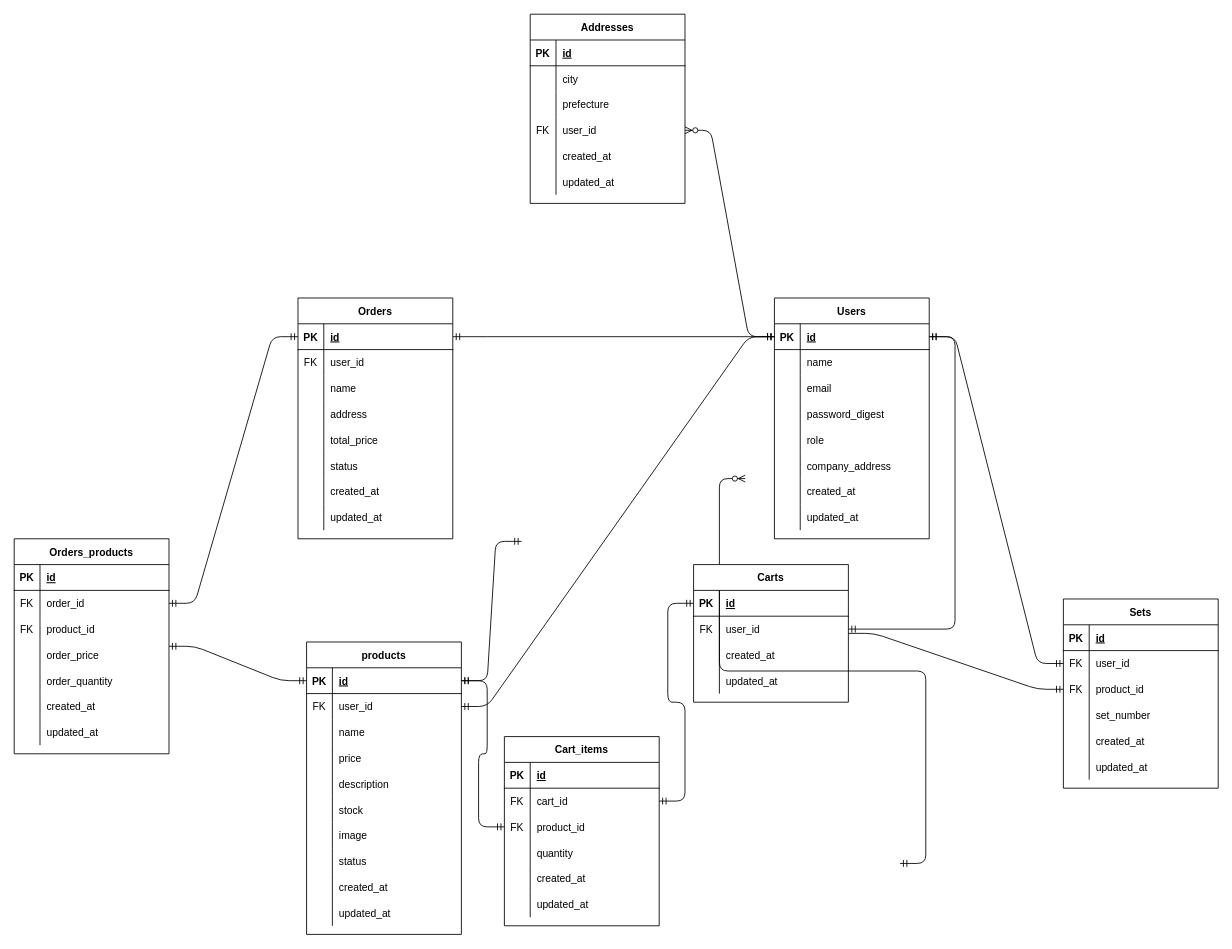
The draw.io diagram ER3.drawio in ushimedia/catalog_task_3, before the edit. Source tidied: cells renumbered, new cells numbered last; positions are measured from the earlier drawing's top-left corner, leaving out a move shared by most shapes. Both pictures are drawn from the tidied source at 86%, with x=0, y=0 at pixel (14, 14).
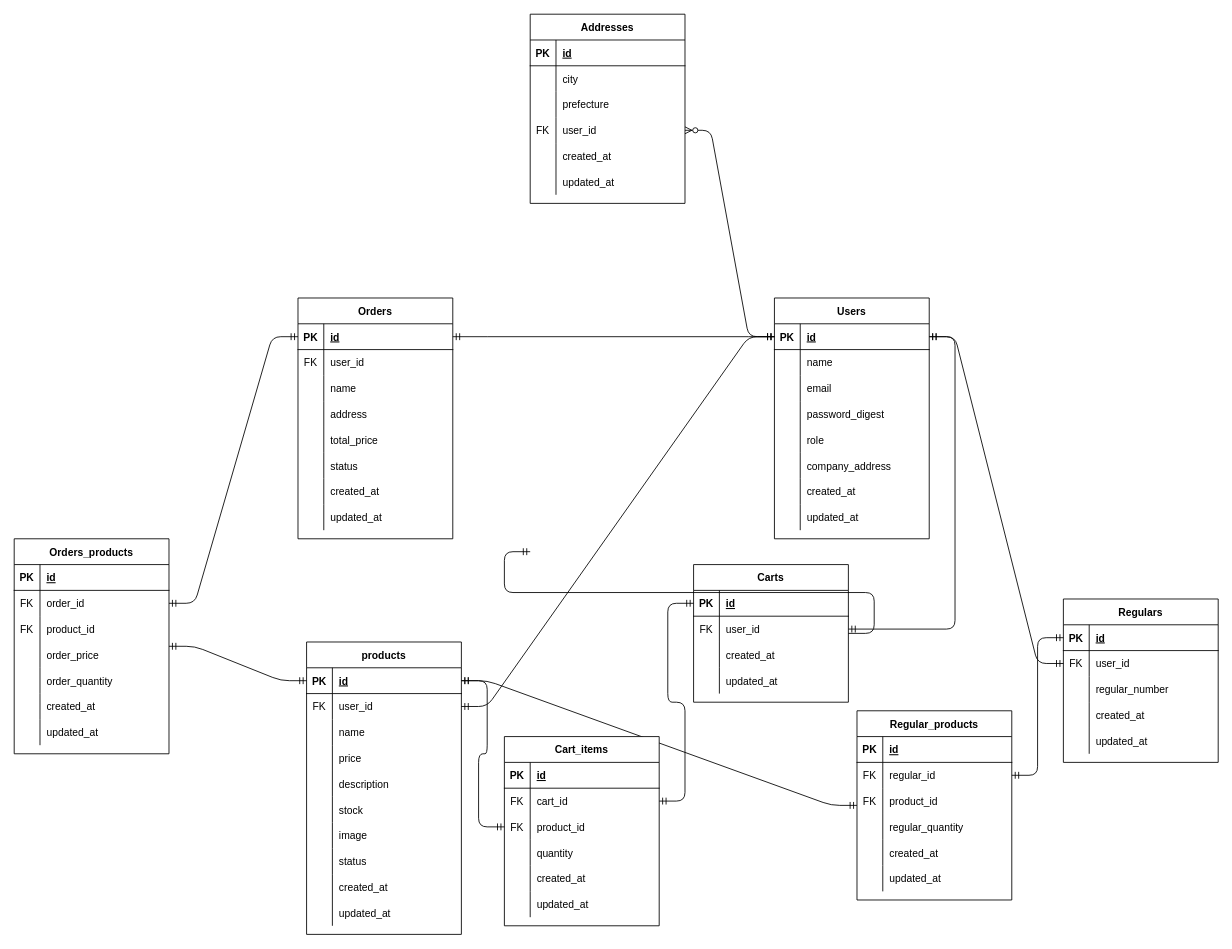
The same page after the edit.

The change refers to these unchanged cells:
```xml
<mxCell id="22" style="shape=partialRectangle;fillColor=none;top=0;left=0;bottom=1;right=0;points=[[0,0.5],[1,0.5]];portConstraint=eastwest;" parent="21" vertex="1">
  <mxGeometry y="30" width="180" height="30" as="geometry" />
</mxCell>
<mxCell id="132" style="shape=partialRectangle;fillColor=none;top=0;left=0;bottom=1;right=0;points=[[0,0.5],[1,0.5]];portConstraint=eastwest;" parent="131" vertex="1">
  <mxGeometry y="30" width="180" height="30" as="geometry" />
</mxCell>
<mxCell id="152" value="Carts" style="shape=table;startSize=30;childLayout=tableLayout;rowLines=0;fontStyle=1;align=center;" parent="1" vertex="1">
  <mxGeometry x="790" y="640" width="180" height="160" as="geometry" />
</mxCell>
```

Diff of the diagram source:
```diff
@@
-    <mxCell id="103" style="edgeStyle=entityRelationEdgeStyle;fontSize=12;html=1;endArrow=ERzeroToMany;startArrow=ERmandOne;entryX=1;entryY=0.5;entryDx=0;entryDy=0;exitX=0;exitY=0.25;exitDx=0;exitDy=0;" parent="1" edge="1">
-      <mxGeometry relative="1" as="geometry">
-        <mxPoint x="1030" y="987.5" as="sourcePoint" />
-        <mxPoint x="850" y="540" as="targetPoint" />
-      </mxGeometry>
-    </mxCell>
@@
-    <mxCell id="130" style="edgeStyle=entityRelationEdgeStyle;fontSize=12;html=1;endArrow=ERmandOne;startArrow=ERmandOne;" parent="1" edge="1" source="22">
-      <mxGeometry relative="1" as="geometry">
-        <mxPoint x="590" y="613" as="targetPoint" />
-      </mxGeometry>
+    <mxCell id="130" style="edgeStyle=entityRelationEdgeStyle;fontSize=12;html=1;endArrow=ERmandOne;startArrow=ERmandOne;entryX=0;entryY=0.5;entryDx=0;entryDy=0;" parent="1" edge="1" source="22" target="187">
+      <mxGeometry relative="1" as="geometry" />
     </mxCell>
-    <mxCell id="131" value="Sets" style="shape=table;startSize=30;childLayout=tableLayout;rowLines=0;fontStyle=1;align=center;" parent="1" vertex="1">
-      <mxGeometry x="1220" y="680" width="180" height="220" as="geometry" />
+    <mxCell id="131" value="Regulars" style="shape=table;startSize=30;childLayout=tableLayout;rowLines=0;fontStyle=1;align=center;" parent="1" vertex="1">
+      <mxGeometry x="1220" y="680" width="180" height="190" as="geometry" />
     </mxCell>
@@
-    <mxCell id="138" style="shape=partialRectangle;fillColor=none;top=0;left=0;bottom=0;right=0;points=[[0,0.5],[1,0.5]];portConstraint=eastwest;" parent="131" vertex="1">
-      <mxGeometry y="90" width="180" height="30" as="geometry" />
-    </mxCell>
-    <mxCell id="139" value="FK" style="shape=partialRectangle;fillColor=none;top=0;left=0;bottom=0;right=0;overflow=hidden;" parent="138" vertex="1">
-      <mxGeometry width="30" height="30" as="geometry" />
-    </mxCell>
-    <mxCell id="140" value="product_id" style="shape=partialRectangle;fillColor=none;top=0;left=0;bottom=0;right=0;align=left;spacingLeft=6;overflow=hidden;" parent="138" vertex="1">
-      <mxGeometry x="30" width="150" height="30" as="geometry" />
-    </mxCell>
     <mxCell id="141" style="shape=partialRectangle;fillColor=none;top=0;left=0;bottom=0;right=0;" parent="131" vertex="1">
-      <mxGeometry y="120" width="180" height="30" as="geometry" />
+      <mxGeometry y="90" width="180" height="30" as="geometry" />
     </mxCell>
@@
-    <mxCell id="143" value="set_number" style="shape=partialRectangle;fillColor=none;top=0;left=0;bottom=0;right=0;align=left;spacingLeft=6;overflow=hidden;" parent="141" vertex="1">
+    <mxCell id="143" value="regular_number" style="shape=partialRectangle;fillColor=none;top=0;left=0;bottom=0;right=0;align=left;spacingLeft=6;overflow=hidden;" parent="141" vertex="1">
       <mxGeometry x="30" width="150" height="30" as="geometry" />
     </mxCell>
     <mxCell id="144" style="shape=partialRectangle;fillColor=none;top=0;left=0;bottom=0;right=0;" parent="131" vertex="1">
-      <mxGeometry y="150" width="180" height="30" as="geometry" />
+      <mxGeometry y="120" width="180" height="30" as="geometry" />
     </mxCell>
@@
     <mxCell id="147" style="shape=partialRectangle;fillColor=none;top=0;left=0;bottom=0;right=0;" parent="131" vertex="1">
-      <mxGeometry y="180" width="180" height="30" as="geometry" />
+      <mxGeometry y="150" width="180" height="30" as="geometry" />
     </mxCell>
@@
-    <mxCell id="150" style="edgeStyle=entityRelationEdgeStyle;fontSize=12;html=1;endArrow=ERmandOne;startArrow=none;" parent="1" edge="1" source="152" target="138">
-      <mxGeometry relative="1" as="geometry" />
+    <mxCell id="150" style="edgeStyle=entityRelationEdgeStyle;fontSize=12;html=1;endArrow=ERmandOne;startArrow=none;" parent="1" edge="1" source="152">
+      <mxGeometry relative="1" as="geometry">
+        <mxPoint x="600" y="625" as="targetPoint" />
+      </mxGeometry>
     </mxCell>
@@
+    <mxCell id="187" value="Regular_products" style="shape=table;startSize=30;childLayout=tableLayout;rowLines=0;fontStyle=1;align=center;" parent="1" vertex="1">
+      <mxGeometry x="980" y="810" width="180" height="220" as="geometry" />
+    </mxCell>
+    <mxCell id="188" style="shape=partialRectangle;fillColor=none;top=0;left=0;bottom=1;right=0;" parent="187" vertex="1">
+      <mxGeometry y="30" width="180" height="30" as="geometry" />
+    </mxCell>
+    <mxCell id="189" value="PK" style="shape=partialRectangle;fillColor=none;top=0;left=0;bottom=0;right=0;fontStyle=1;overflow=hidden;" parent="188" vertex="1">
+      <mxGeometry width="30" height="30" as="geometry" />
+    </mxCell>
+    <mxCell id="190" value="id" style="shape=partialRectangle;fillColor=none;top=0;left=0;bottom=0;right=0;align=left;spacingLeft=6;fontStyle=5;overflow=hidden;" parent="188" vertex="1">
+      <mxGeometry x="30" width="150" height="30" as="geometry" />
+    </mxCell>
+    <mxCell id="191" style="shape=partialRectangle;fillColor=none;top=0;left=0;bottom=0;right=0;points=[[0,0.5],[1,0.5]];portConstraint=eastwest;" parent="187" vertex="1">
+      <mxGeometry y="60" width="180" height="30" as="geometry" />
+    </mxCell>
+    <mxCell id="192" value="FK" style="shape=partialRectangle;fillColor=none;top=0;left=0;bottom=0;right=0;overflow=hidden;" parent="191" vertex="1">
+      <mxGeometry width="30" height="30" as="geometry" />
+    </mxCell>
+    <mxCell id="193" value="regular_id" style="shape=partialRectangle;fillColor=none;top=0;left=0;bottom=0;right=0;align=left;spacingLeft=6;overflow=hidden;" parent="191" vertex="1">
+      <mxGeometry x="30" width="150" height="30" as="geometry" />
+    </mxCell>
+    <mxCell id="138" style="shape=partialRectangle;fillColor=none;top=0;left=0;bottom=0;right=0;points=[[0,0.5],[1,0.5]];portConstraint=eastwest;" parent="187" vertex="1">
+      <mxGeometry y="90" width="180" height="30" as="geometry" />
+    </mxCell>
+    <mxCell id="194" value="FK" style="shape=partialRectangle;fillColor=none;top=0;left=0;bottom=0;right=0;overflow=hidden;" parent="138" vertex="1">
+      <mxGeometry width="30" height="30" as="geometry" />
+    </mxCell>
+    <mxCell id="140" value="product_id" style="shape=partialRectangle;fillColor=none;top=0;left=0;bottom=0;right=0;align=left;spacingLeft=6;overflow=hidden;" parent="138" vertex="1">
+      <mxGeometry x="30" width="150" height="30" as="geometry" />
+    </mxCell>
+    <mxCell id="195" style="shape=partialRectangle;fillColor=none;top=0;left=0;bottom=0;right=0;" parent="187" vertex="1">
+      <mxGeometry y="120" width="180" height="30" as="geometry" />
+    </mxCell>
+    <mxCell id="196" style="shape=partialRectangle;fillColor=none;top=0;left=0;bottom=0;right=0;overflow=hidden;" parent="195" vertex="1">
+      <mxGeometry width="30" height="30" as="geometry" />
+    </mxCell>
+    <mxCell id="197" value="regular_quantity" style="shape=partialRectangle;fillColor=none;top=0;left=0;bottom=0;right=0;align=left;spacingLeft=6;overflow=hidden;" parent="195" vertex="1">
+      <mxGeometry x="30" width="150" height="30" as="geometry" />
+    </mxCell>
+    <mxCell id="198" style="shape=partialRectangle;fillColor=none;top=0;left=0;bottom=0;right=0;" parent="187" vertex="1">
+      <mxGeometry y="150" width="180" height="30" as="geometry" />
+    </mxCell>
+    <mxCell id="199" style="shape=partialRectangle;fillColor=none;top=0;left=0;bottom=0;right=0;overflow=hidden;" parent="198" vertex="1">
+      <mxGeometry width="30" height="30" as="geometry" />
+    </mxCell>
+    <mxCell id="200" value="created_at" style="shape=partialRectangle;fillColor=none;top=0;left=0;bottom=0;right=0;align=left;spacingLeft=6;overflow=hidden;" parent="198" vertex="1">
+      <mxGeometry x="30" width="150" height="30" as="geometry" />
+    </mxCell>
+    <mxCell id="201" style="shape=partialRectangle;fillColor=none;top=0;left=0;bottom=0;right=0;" parent="187" vertex="1">
+      <mxGeometry y="180" width="180" height="30" as="geometry" />
+    </mxCell>
+    <mxCell id="202" style="shape=partialRectangle;fillColor=none;top=0;left=0;bottom=0;right=0;overflow=hidden;" parent="201" vertex="1">
+      <mxGeometry width="30" height="30" as="geometry" />
+    </mxCell>
+    <mxCell id="203" value="updated_at" style="shape=partialRectangle;fillColor=none;top=0;left=0;bottom=0;right=0;align=left;spacingLeft=6;overflow=hidden;" parent="201" vertex="1">
+      <mxGeometry x="30" width="150" height="30" as="geometry" />
+    </mxCell>
+    <mxCell id="204" style="edgeStyle=entityRelationEdgeStyle;fontSize=12;html=1;endArrow=ERmandOne;startArrow=ERmandOne;exitX=0;exitY=0.5;exitDx=0;exitDy=0;" parent="1" edge="1" source="132" target="191">
+      <mxGeometry relative="1" as="geometry" />
+    </mxCell>
```
